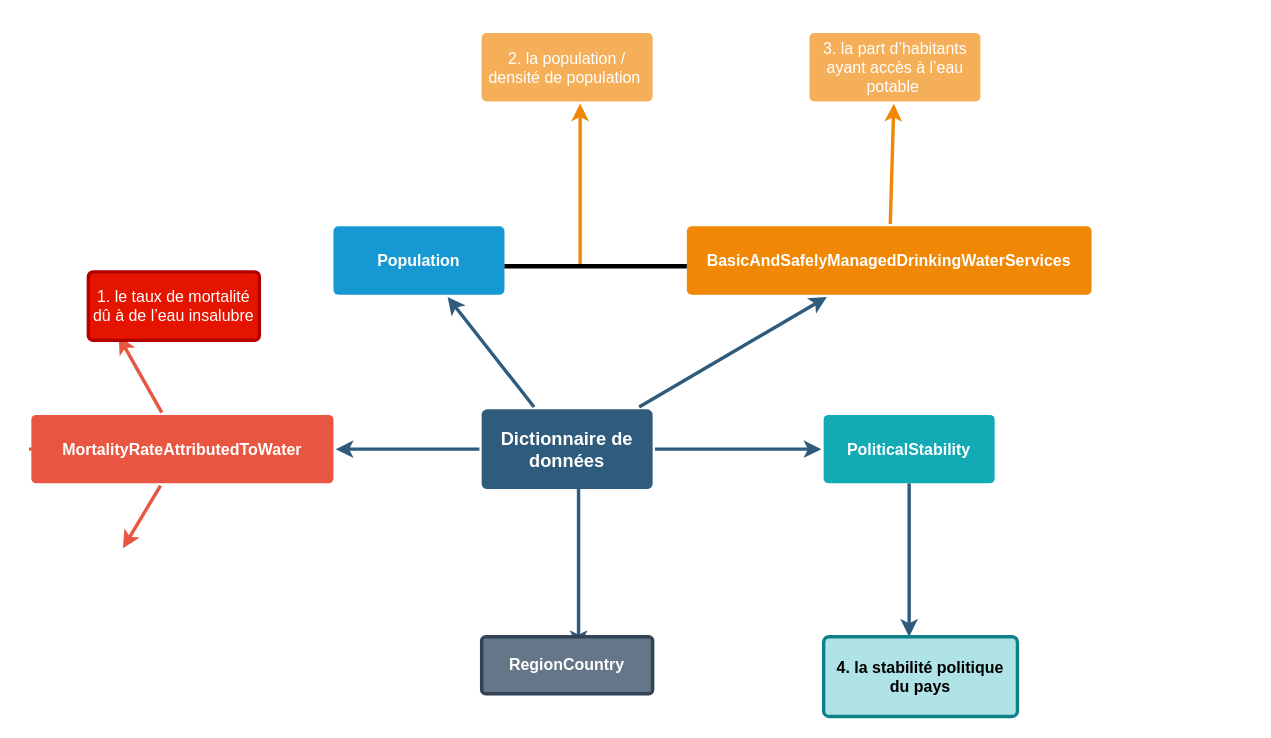
Before: .github/workflows/Untitled Diagram.drawio in louzhixin/bootstrap, a draw.io diagram. Source tidied: cells renumbered, new cells numbered last; positions are measured from the earlier drawing's top-left corner, leaving out a move shared by most shapes. Both pictures are drawn from the tidied source at 114%, with x=0, y=0 at pixel (31, 32).
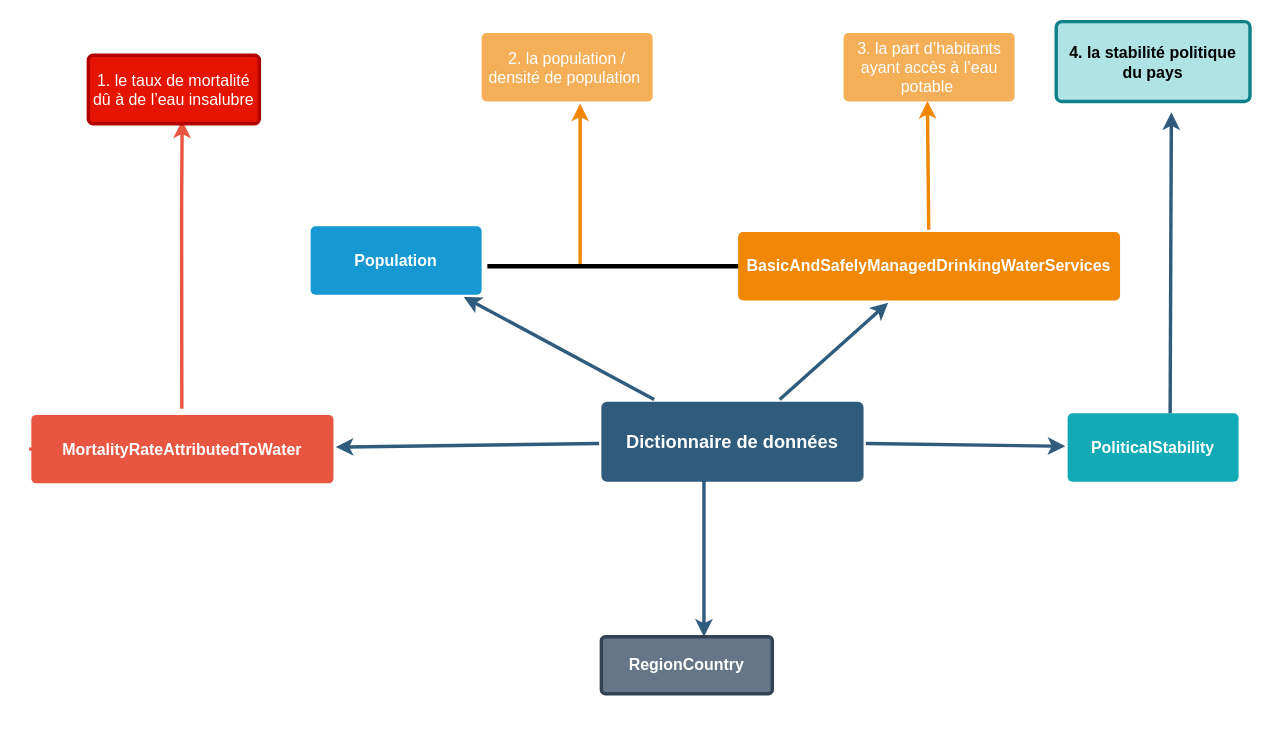
Above is the later version.

The change refers to these unchanged cells:
```xml
<mxCell id="10" value="MortalityRateAttributedToWater" style="rounded=1;whiteSpace=wrap;html=1;shadow=0;labelBackgroundColor=none;strokeColor=none;strokeWidth=3;fillColor=#e85642;fontFamily=Helvetica;fontSize=14;fontColor=#FFFFFF;align=center;spacing=5;fontStyle=1;arcSize=7;perimeterSpacing=2;" parent="1" vertex="1">
  <mxGeometry y="335.5" width="265" height="60" as="geometry" />
</mxCell>
```

Diff of the diagram source:
```diff
@@
     <mxCell id="6" value="Dictionnaire de données" style="rounded=1;whiteSpace=wrap;html=1;shadow=0;labelBackgroundColor=none;strokeColor=none;strokeWidth=3;fillColor=#2F5B7C;fontFamily=Helvetica;fontSize=16;fontColor=#FFFFFF;align=center;fontStyle=1;spacing=5;arcSize=7;perimeterSpacing=2;" parent="1" vertex="1">
-      <mxGeometry x="395" y="330.5" width="150" height="70" as="geometry" />
+      <mxGeometry x="500" y="324" width="230" height="70" as="geometry" />
     </mxCell>
-    <mxCell id="7" style="edgeStyle=none;rounded=1;jumpStyle=none;html=1;shadow=0;labelBackgroundColor=none;startArrow=none;startFill=0;jettySize=auto;strokeColor=#E85642;strokeWidth=3;fontFamily=Helvetica;fontSize=14;fontColor=#FFFFFF;spacing=5;fontStyle=1;fillColor=#b0e3e6;" parent="1" edge="1" source="10">
+    <mxCell id="7" style="edgeStyle=none;rounded=1;jumpStyle=none;html=1;shadow=0;labelBackgroundColor=none;startArrow=none;startFill=0;jettySize=auto;orthogonalLoop=1;strokeColor=#E85642;strokeWidth=3;fontFamily=Helvetica;fontSize=14;fontColor=#FFFFFF;spacing=5;fontStyle=1;fillColor=#b0e3e6;" parent="1" edge="1">
       <mxGeometry relative="1" as="geometry">
-        <mxPoint x="76.6" y="266.5" as="targetPoint" />
+        <mxPoint x="132" y="330" as="sourcePoint" />
+        <mxPoint x="132.3" y="77.2" as="targetPoint" />
+        <Array as="points">
+          <mxPoint x="131.8" y="152.8" />
+        </Array>
       </mxGeometry>
     </mxCell>
@@
-    <mxCell id="9" style="edgeStyle=none;rounded=1;jumpStyle=none;html=1;shadow=0;labelBackgroundColor=none;startArrow=none;startFill=0;jettySize=auto;strokeColor=#E85642;strokeWidth=3;fontFamily=Helvetica;fontSize=14;fontColor=#FFFFFF;spacing=5;fontStyle=1;fillColor=#b0e3e6;" parent="1" edge="1" source="10">
-      <mxGeometry relative="1" as="geometry">
-        <mxPoint x="80.3" y="452.5" as="targetPoint" />
-      </mxGeometry>
-    </mxCell>
@@
     <mxCell id="11" value="Population" style="rounded=1;whiteSpace=wrap;html=1;shadow=0;labelBackgroundColor=none;strokeColor=none;strokeWidth=3;fillColor=#1699d3;fontFamily=Helvetica;fontSize=14;fontColor=#FFFFFF;align=center;spacing=5;fontStyle=1;arcSize=7;perimeterSpacing=2;" parent="1" vertex="1">
-      <mxGeometry x="265" y="170" width="150" height="60" as="geometry" />
+      <mxGeometry x="245" y="170" width="150" height="60" as="geometry" />
     </mxCell>
     <mxCell id="12" value="BasicAndSafelyManagedDrinkingWaterServices" style="rounded=1;whiteSpace=wrap;html=1;shadow=0;labelBackgroundColor=none;strokeColor=none;strokeWidth=3;fillColor=#F08705;fontFamily=Helvetica;fontSize=14;fontColor=#FFFFFF;align=center;spacing=5;fontStyle=1;arcSize=7;perimeterSpacing=2;" parent="1" vertex="1">
-      <mxGeometry x="575" y="170" width="355" height="60" as="geometry" />
+      <mxGeometry x="620" y="175" width="335" height="60" as="geometry" />
     </mxCell>
     <mxCell id="13" value="3. la part d’habitants ayant accès à l’eau potable&amp;nbsp;" style="rounded=1;whiteSpace=wrap;html=1;shadow=0;labelBackgroundColor=none;strokeColor=none;strokeWidth=3;fillColor=#f5af58;fontFamily=Helvetica;fontSize=14;fontColor=#FFFFFF;align=center;spacing=5;arcSize=7;perimeterSpacing=2;" parent="1" vertex="1">
-      <mxGeometry x="682.5" y="0.5" width="150" height="60" as="geometry" />
+      <mxGeometry x="712.5" y="0.5" width="150" height="60" as="geometry" />
     </mxCell>
-    <mxCell id="14" style="edgeStyle=none;rounded=0;jumpStyle=none;html=1;shadow=0;labelBackgroundColor=none;startArrow=none;startFill=0;endArrow=classic;endFill=1;jettySize=auto;strokeColor=#F08705;strokeWidth=3;fontFamily=Helvetica;fontSize=14;fontColor=#FFFFFF;spacing=5;" parent="1" edge="1" source="12" target="13">
-      <mxGeometry relative="1" as="geometry" />
+    <mxCell id="14" style="edgeStyle=none;rounded=0;jumpStyle=none;html=1;shadow=0;labelBackgroundColor=none;startArrow=none;startFill=0;endArrow=classic;endFill=1;jettySize=auto;strokeColor=#F08705;strokeWidth=3;fontFamily=Helvetica;fontSize=14;fontColor=#FFFFFF;spacing=5;" parent="1" edge="1" source="12">
+      <mxGeometry relative="1" as="geometry">
+        <mxPoint x="786" y="60" as="targetPoint" />
+      </mxGeometry>
     </mxCell>
     <mxCell id="15" value="PoliticalStability" style="rounded=1;whiteSpace=wrap;html=1;shadow=0;labelBackgroundColor=none;strokeColor=none;strokeWidth=3;fillColor=#12aab5;fontFamily=Helvetica;fontSize=14;fontColor=#FFFFFF;align=center;spacing=5;fontStyle=1;arcSize=7;perimeterSpacing=2;" parent="1" vertex="1">
-      <mxGeometry x="695" y="335.5" width="150" height="60" as="geometry" />
+      <mxGeometry x="909" y="334" width="150" height="60" as="geometry" />
     </mxCell>
     <mxCell id="16" style="edgeStyle=none;rounded=0;jumpStyle=none;html=1;shadow=0;labelBackgroundColor=none;startArrow=none;startFill=0;endArrow=classic;endFill=1;jettySize=auto;orthogonalLoop=1;strokeColor=#2F5B7C;strokeWidth=3;fontFamily=Helvetica;fontSize=16;fontColor=#23445D;spacing=5;" parent="1" edge="1">
       <mxGeometry relative="1" as="geometry">
-        <mxPoint x="480" y="400.5" as="sourcePoint" />
-        <mxPoint x="480" y="540" as="targetPoint" />
+        <mxPoint x="590" y="390.5" as="sourcePoint" />
+        <mxPoint x="590" y="530" as="targetPoint" />
       </mxGeometry>
     </mxCell>
     <mxCell id="17" value="RegionCountry" style="rounded=1;whiteSpace=wrap;html=1;shadow=0;labelBackgroundColor=none;strokeColor=#314354;strokeWidth=3;fillColor=#647687;fontFamily=Helvetica;fontSize=14;fontColor=#ffffff;align=center;spacing=5;fontStyle=1;arcSize=7;perimeterSpacing=2;" parent="1" vertex="1">
-      <mxGeometry x="395" y="530" width="150" height="50" as="geometry" />
+      <mxGeometry x="500" y="530" width="150" height="50" as="geometry" />
     </mxCell>
     <mxCell id="18" value="1. le taux de mortalité dû à de l’eau insalubre" style="rounded=1;whiteSpace=wrap;html=1;shadow=0;labelBackgroundColor=none;strokeColor=#B20000;strokeWidth=3;fillColor=#e51400;fontFamily=Helvetica;fontSize=14;fontColor=#ffffff;align=center;spacing=5;arcSize=7;perimeterSpacing=2;" parent="1" vertex="1">
-      <mxGeometry x="50" y="210" width="150" height="60" as="geometry" />
+      <mxGeometry x="50" y="20" width="150" height="60" as="geometry" />
     </mxCell>
@@
     <mxCell id="20" style="line;strokeWidth=4;html=1;perimeter=backbonePerimeter;points=[];outlineConnect=0;" parent="1" vertex="1">
-      <mxGeometry x="415" y="200" width="160" height="10" as="geometry" />
+      <mxGeometry x="400" y="200" width="220" height="10" as="geometry" />
     </mxCell>
@@
-    <mxCell id="22" style="edgeStyle=none;rounded=0;jumpStyle=none;html=1;shadow=0;labelBackgroundColor=none;startArrow=none;startFill=0;endArrow=classic;endFill=1;jettySize=auto;orthogonalLoop=1;strokeColor=#2F5B7C;strokeWidth=3;fontFamily=Helvetica;fontSize=16;fontColor=#23445D;spacing=5;" parent="1" edge="1">
+    <mxCell id="22" style="edgeStyle=none;rounded=0;jumpStyle=none;html=1;shadow=0;labelBackgroundColor=none;startArrow=none;startFill=0;endArrow=classic;endFill=1;jettySize=auto;strokeColor=#2F5B7C;strokeWidth=3;fontFamily=Helvetica;fontSize=16;fontColor=#23445D;spacing=5;exitX=0.597;exitY=0.031;exitDx=0;exitDy=0;exitPerimeter=0;" parent="1" edge="1" source="15">
       <mxGeometry relative="1" as="geometry">
-        <mxPoint x="770" y="395.5" as="sourcePoint" />
-        <mxPoint x="770" y="530" as="targetPoint" />
+        <mxPoint x="1000" y="70" as="targetPoint" />
       </mxGeometry>
     </mxCell>
     <mxCell id="23" value="4. la stabilité politique du pays" style="rounded=1;whiteSpace=wrap;html=1;shadow=0;labelBackgroundColor=none;strokeColor=#0e8088;strokeWidth=3;fillColor=#b0e3e6;fontFamily=Helvetica;fontSize=14;align=center;spacing=5;fontStyle=1;arcSize=7;perimeterSpacing=2;" parent="1" vertex="1">
-      <mxGeometry x="695" y="530" width="170" height="70" as="geometry" />
+      <mxGeometry x="899" y="-9.5" width="170" height="70" as="geometry" />
     </mxCell>
```
